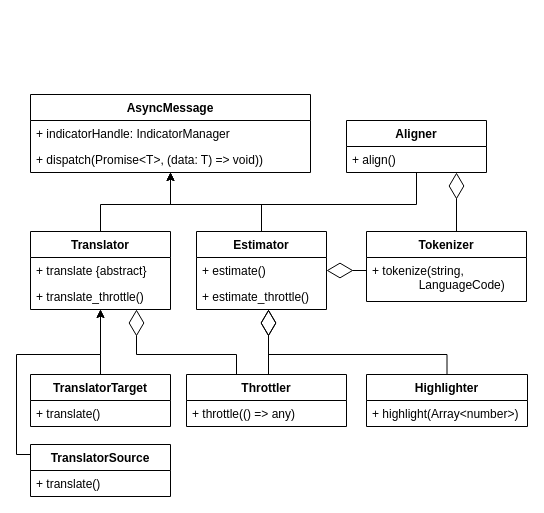
Before: meta/object_design/frontend.drawio in zouharvi/ptakopet, a draw.io diagram. Source tidied: cells renumbered, new cells numbered last; positions are measured from the earlier drawing's top-left corner, leaving out a move shared by most shapes. Both pictures are drawn from the tidied source at 100%, with x=0, y=0 at pixel (16, 94).
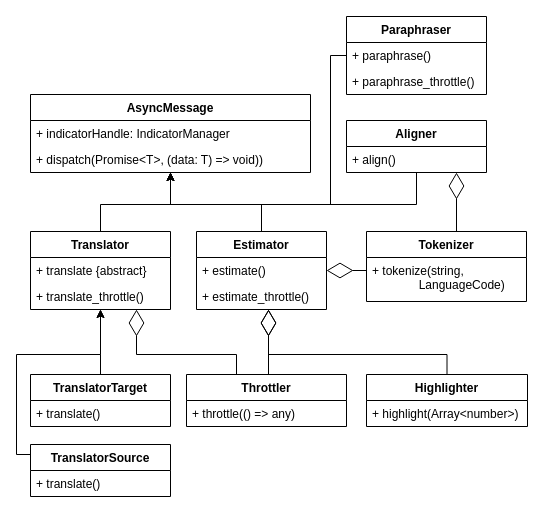
The same page after the edit.

Commit message (it also covers changes not shown here):
frontend object desig

Unchanged cells that the change refers to:
```xml
<mxCell id="2" value="AsyncMessage" style="swimlane;fontStyle=1;horizontal=1;startSize=26;fillColor=none;" parent="1" vertex="1">
  <mxGeometry x="14" width="280" height="78" as="geometry" />
</mxCell>
```

Change to the diagram source:
```diff
@@
+    <mxCell id="33" style="edgeStyle=orthogonalEdgeStyle;rounded=0;jettySize=auto;html=1;" parent="1" edge="1" source="34" target="2">
+      <mxGeometry relative="1" as="geometry">
+        <Array as="points">
+          <mxPoint x="314" y="-39" />
+          <mxPoint x="314" y="110" />
+          <mxPoint x="154" y="110" />
+        </Array>
+      </mxGeometry>
+    </mxCell>
+    <mxCell id="34" value="Paraphraser" style="swimlane;fontStyle=1;horizontal=1;startSize=26;fillColor=none;" parent="1" vertex="1">
+      <mxGeometry x="330" y="-78" width="140" height="78" as="geometry" />
+    </mxCell>
+    <mxCell id="35" value="+ paraphrase()" style="text;strokeColor=none;fillColor=none;align=left;verticalAlign=top;spacingLeft=4;spacingRight=4;overflow=hidden;" parent="34" vertex="1">
+      <mxGeometry y="26" width="140" height="26" as="geometry" />
+    </mxCell>
+    <mxCell id="36" value="+ paraphrase_throttle()" style="text;strokeColor=none;fillColor=none;align=left;verticalAlign=top;spacingLeft=4;spacingRight=4;overflow=hidden;" parent="34" vertex="1">
+      <mxGeometry y="52" width="140" height="26" as="geometry" />
+    </mxCell>
```
